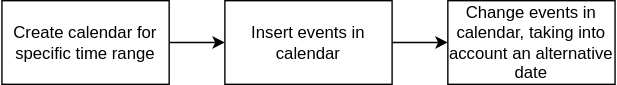
This is docs/data_structure.drawio.svg from m7b/tasketor, a draw.io export, as it was before one commit. Source tidied: cells renumbered, new cells last; positions are measured from the earlier drawing's top-left corner, leaving out a move shared by most shapes.
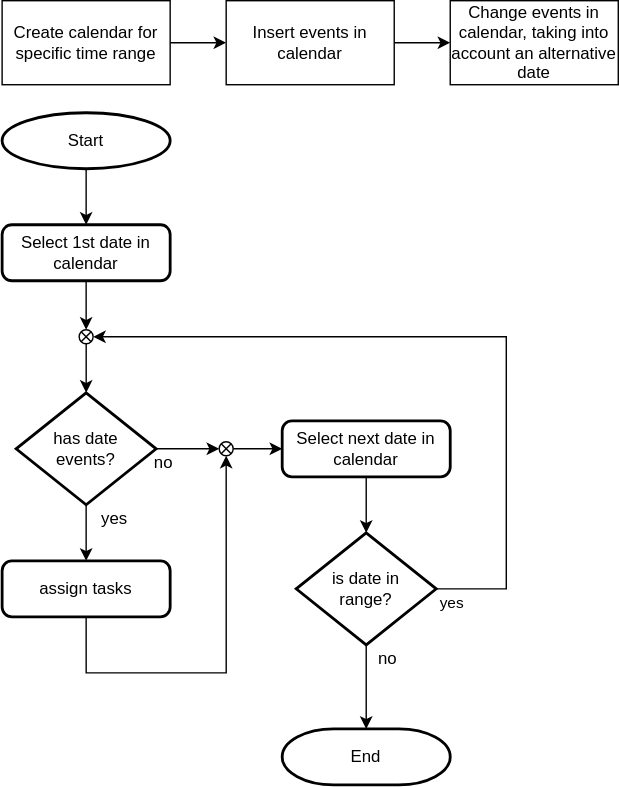
After the commit.

The edit, as a diff of the source:
```diff
@@ -17,5 +17,88 @@
     <mxCell id="6" value="Change events in calendar, taking into account an alternative date" style="rounded=0;whiteSpace=wrap;html=1;" parent="1" vertex="1">
       <mxGeometry x="320" width="120" height="60" as="geometry" />
     </mxCell>
+    <mxCell id="7" style="edgeStyle=orthogonalEdgeStyle;rounded=0;jettySize=auto;html=1;" parent="1" edge="1" source="8" target="11">
+      <mxGeometry relative="1" as="geometry" />
+    </mxCell>
+    <mxCell id="8" value="Start" style="strokeWidth=2;html=1;shape=mxgraph.flowchart.start_1;whiteSpace=wrap;" parent="1" vertex="1">
+      <mxGeometry y="80" width="120" height="40" as="geometry" />
+    </mxCell>
+    <mxCell id="9" style="edgeStyle=orthogonalEdgeStyle;rounded=0;jettySize=auto;html=1;startArrow=none;" parent="1" edge="1" target="13">
+      <mxGeometry relative="1" as="geometry">
+        <mxPoint x="60" y="360" as="sourcePoint" />
+      </mxGeometry>
+    </mxCell>
+    <mxCell id="10" style="edgeStyle=orthogonalEdgeStyle;rounded=0;jettySize=auto;html=1;exitX=0.5;exitY=1;exitDx=0;exitDy=0;entryX=0.5;entryY=0;entryDx=0;entryDy=0;entryPerimeter=0;" parent="1" edge="1" source="11" target="19">
+      <mxGeometry relative="1" as="geometry" />
+    </mxCell>
+    <mxCell id="11" value="Select 1st date in calendar" style="rounded=1;whiteSpace=wrap;html=1;absoluteArcSize=1;arcSize=14;strokeWidth=2;" parent="1" vertex="1">
+      <mxGeometry y="160" width="120" height="40" as="geometry" />
+    </mxCell>
+    <mxCell id="12" style="edgeStyle=orthogonalEdgeStyle;rounded=0;jettySize=auto;html=1;exitX=0.5;exitY=1;exitDx=0;exitDy=0;entryX=0.5;entryY=1;entryDx=0;entryDy=0;entryPerimeter=0;" parent="1" edge="1" source="13" target="28">
+      <mxGeometry relative="1" as="geometry">
+        <Array as="points">
+          <mxPoint x="60" y="480" />
+          <mxPoint x="160" y="480" />
+        </Array>
+      </mxGeometry>
+    </mxCell>
+    <mxCell id="13" value="assign tasks" style="rounded=1;whiteSpace=wrap;html=1;absoluteArcSize=1;arcSize=14;strokeWidth=2;" parent="1" vertex="1">
+      <mxGeometry y="400" width="120" height="40" as="geometry" />
+    </mxCell>
+    <mxCell id="14" style="edgeStyle=orthogonalEdgeStyle;rounded=0;jettySize=auto;html=1;" parent="1" edge="1" source="15" target="28">
+      <mxGeometry relative="1" as="geometry" />
+    </mxCell>
+    <mxCell id="15" value="&lt;div&gt;has date&lt;/div&gt;&lt;div&gt;events?&lt;/div&gt;" style="strokeWidth=2;html=1;shape=mxgraph.flowchart.decision;whiteSpace=wrap;" parent="1" vertex="1">
+      <mxGeometry x="10" y="280" width="100" height="80" as="geometry" />
+    </mxCell>
+    <mxCell id="16" style="edgeStyle=orthogonalEdgeStyle;rounded=0;jettySize=auto;html=1;" parent="1" edge="1" source="17" target="23">
+      <mxGeometry relative="1" as="geometry" />
+    </mxCell>
+    <mxCell id="17" value="Select next date in calendar" style="rounded=1;whiteSpace=wrap;html=1;absoluteArcSize=1;arcSize=14;strokeWidth=2;" parent="1" vertex="1">
+      <mxGeometry x="200" y="300" width="120" height="40" as="geometry" />
+    </mxCell>
+    <mxCell id="18" style="edgeStyle=orthogonalEdgeStyle;rounded=0;jettySize=auto;html=1;" parent="1" edge="1" source="19" target="15">
+      <mxGeometry relative="1" as="geometry" />
+    </mxCell>
+    <mxCell id="19" style="verticalLabelPosition=bottom;verticalAlign=top;html=1;shape=mxgraph.flowchart.or;" parent="1" vertex="1">
+      <mxGeometry x="55" y="235" width="10" height="10" as="geometry" />
+    </mxCell>
+    <mxCell id="20" style="edgeStyle=orthogonalEdgeStyle;rounded=0;jettySize=auto;html=1;exitX=1;exitY=0.5;exitDx=0;exitDy=0;exitPerimeter=0;entryX=1;entryY=0.5;entryDx=0;entryDy=0;entryPerimeter=0;" parent="1" edge="1" source="23" target="19">
+      <mxGeometry relative="1" as="geometry">
+        <Array as="points">
+          <mxPoint x="360" y="420" />
+          <mxPoint x="360" y="240" />
+        </Array>
+      </mxGeometry>
+    </mxCell>
+    <mxCell id="21" value="yes" style="edgeLabel;html=1;align=center;verticalAlign=middle;" parent="20" vertex="1">
+      <mxGeometry x="-0.96" y="-1" relative="1" as="geometry">
+        <mxPoint x="-1" y="9" as="offset" />
+      </mxGeometry>
+    </mxCell>
+    <mxCell id="22" style="edgeStyle=orthogonalEdgeStyle;rounded=0;jettySize=auto;html=1;" parent="1" edge="1" source="23" target="26">
+      <mxGeometry relative="1" as="geometry" />
+    </mxCell>
+    <mxCell id="23" value="&lt;div&gt;is date in&lt;/div&gt;&lt;div&gt;range?&lt;/div&gt;" style="strokeWidth=2;html=1;shape=mxgraph.flowchart.decision;whiteSpace=wrap;" parent="1" vertex="1">
+      <mxGeometry x="210" y="380" width="100" height="80" as="geometry" />
+    </mxCell>
+    <mxCell id="24" value="no" style="text;html=1;align=center;verticalAlign=middle;strokeColor=none;fillColor=none;" parent="1" vertex="1">
+      <mxGeometry x="100" y="320" width="30" height="20" as="geometry" />
+    </mxCell>
+    <mxCell id="25" value="yes" style="text;html=1;align=center;verticalAlign=middle;strokeColor=none;fillColor=none;" parent="1" vertex="1">
+      <mxGeometry x="65" y="360" width="30" height="20" as="geometry" />
+    </mxCell>
+    <mxCell id="26" value="End" style="strokeWidth=2;html=1;shape=mxgraph.flowchart.terminator;whiteSpace=wrap;" parent="1" vertex="1">
+      <mxGeometry x="200" y="520" width="120" height="40" as="geometry" />
+    </mxCell>
+    <mxCell id="27" style="edgeStyle=orthogonalEdgeStyle;rounded=0;jettySize=auto;html=1;" parent="1" edge="1" source="28" target="17">
+      <mxGeometry relative="1" as="geometry" />
+    </mxCell>
+    <mxCell id="28" style="verticalLabelPosition=bottom;verticalAlign=top;html=1;shape=mxgraph.flowchart.or;" parent="1" vertex="1">
+      <mxGeometry x="155" y="315" width="10" height="10" as="geometry" />
+    </mxCell>
+    <mxCell id="29" value="no" style="text;html=1;align=center;verticalAlign=middle;strokeColor=none;fillColor=none;" parent="1" vertex="1">
+      <mxGeometry x="260" y="460" width="30" height="20" as="geometry" />
+    </mxCell>
   </root>
 </mxGraphModel>
```
